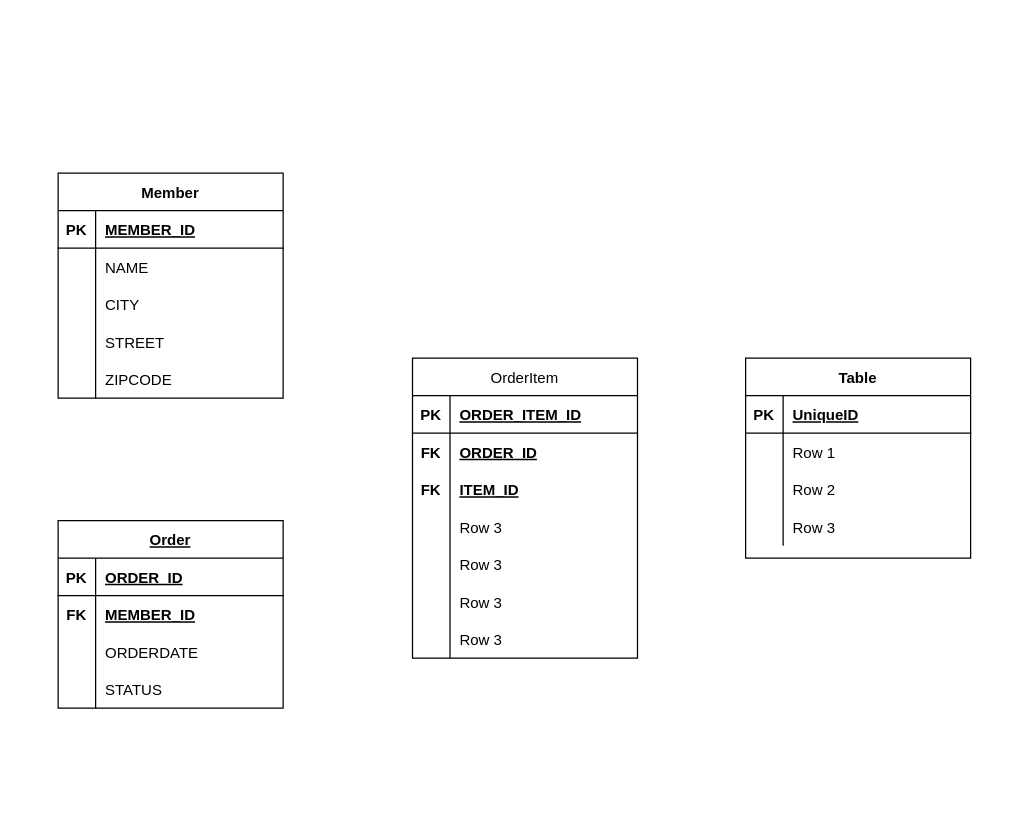
Earlier version of the draw.io diagram Untitled Diagram.drawio (JUNGJUNILL/Draw.io). Source tidied: cells renumbered, new cells numbered last; positions are measured from the earlier drawing's top-left corner, leaving out a move shared by most shapes. Both pictures are drawn from the tidied source at 125%, with x=0, y=0 at pixel (58, 172).
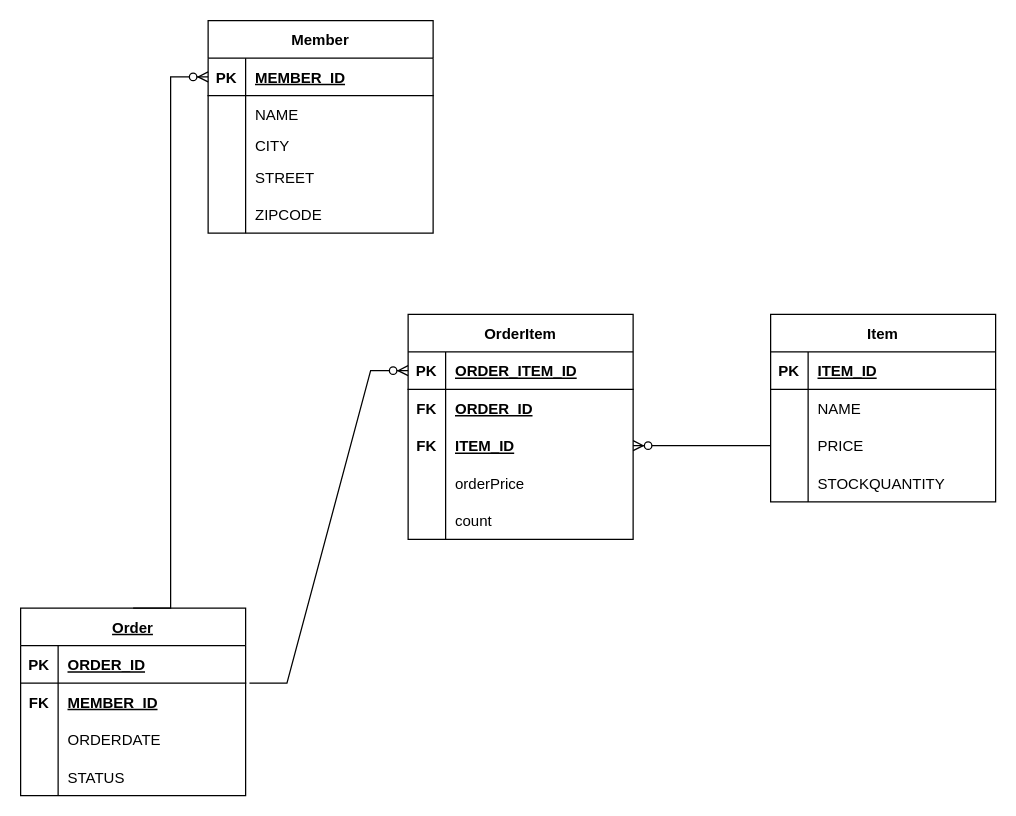
The same diagram, later.

The change refers to these unchanged cells:
```xml
<mxCell id="3" style="shape=tableRow;horizontal=0;startSize=0;swimlaneHead=0;swimlaneBody=0;fillColor=none;points=[[0,0.5],[1,0.5]];portConstraint=eastwest;top=0;left=0;right=0;bottom=1;" parent="2" vertex="1">
  <mxGeometry y="30" width="180" height="30" as="geometry" />
</mxCell>
<mxCell id="19" style="shape=tableRow;horizontal=0;startSize=0;swimlaneHead=0;swimlaneBody=0;fillColor=none;points=[[0,0.5],[1,0.5]];portConstraint=eastwest;top=0;left=0;right=0;bottom=1;" parent="18" vertex="1">
  <mxGeometry y="30" width="180" height="30" as="geometry" />
</mxCell>
<mxCell id="32" style="shape=tableRow;horizontal=0;startSize=0;swimlaneHead=0;swimlaneBody=0;fillColor=none;points=[[0,0.5],[1,0.5]];portConstraint=eastwest;top=0;left=0;right=0;bottom=1;" parent="31" vertex="1">
  <mxGeometry y="30" width="180" height="30" as="geometry" />
</mxCell>
<mxCell id="38" style="shape=tableRow;horizontal=0;startSize=0;swimlaneHead=0;swimlaneBody=0;fillColor=none;points=[[0,0.5],[1,0.5]];portConstraint=eastwest;top=0;left=0;right=0;bottom=0;" parent="31" vertex="1">
  <mxGeometry y="90" width="180" height="30" as="geometry" />
</mxCell>
<mxCell id="41" style="shape=tableRow;horizontal=0;startSize=0;swimlaneHead=0;swimlaneBody=0;fillColor=none;top=0;left=0;right=0;bottom=0;" parent="31" vertex="1">
  <mxGeometry y="120" width="180" height="30" as="geometry" />
</mxCell>
<mxCell id="44" style="shape=tableRow;horizontal=0;startSize=0;swimlaneHead=0;swimlaneBody=0;fillColor=none;top=0;left=0;right=0;bottom=0;" parent="31" vertex="1">
  <mxGeometry y="150" width="180" height="30" as="geometry" />
</mxCell>
<mxCell id="54" style="shape=tableRow;horizontal=0;startSize=0;swimlaneHead=0;swimlaneBody=0;fillColor=none;top=0;left=0;right=0;bottom=1;" parent="53" vertex="1">
  <mxGeometry y="30" width="180" height="30" as="geometry" />
</mxCell>
<mxCell id="57" style="shape=tableRow;horizontal=0;startSize=0;swimlaneHead=0;swimlaneBody=0;fillColor=none;top=0;left=0;right=0;bottom=0;" parent="53" vertex="1">
  <mxGeometry y="60" width="180" height="30" as="geometry" />
</mxCell>
<mxCell id="60" style="shape=tableRow;horizontal=0;startSize=0;swimlaneHead=0;swimlaneBody=0;fillColor=none;points=[[0,0.5],[1,0.5]];portConstraint=eastwest;top=0;left=0;right=0;bottom=0;" parent="53" vertex="1">
  <mxGeometry y="90" width="180" height="30" as="geometry" />
</mxCell>
<mxCell id="63" style="shape=tableRow;horizontal=0;startSize=0;swimlaneHead=0;swimlaneBody=0;fillColor=none;top=0;left=0;right=0;bottom=0;" parent="53" vertex="1">
  <mxGeometry y="120" width="180" height="30" as="geometry" />
</mxCell>
```

Diff of the diagram source:
```diff
@@
     <mxCell id="2" value="Member" style="shape=table;startSize=30;childLayout=tableLayout;rowLines=0;fontStyle=1;align=center;" parent="1" vertex="1">
-      <mxGeometry width="180" height="180" as="geometry" />
+      <mxGeometry x="120" y="-122" width="180" height="170" as="geometry" />
     </mxCell>
@@
     <mxCell id="9" style="shape=tableRow;horizontal=0;startSize=0;swimlaneHead=0;swimlaneBody=0;fillColor=none;top=0;left=0;right=0;bottom=0;" parent="2" vertex="1">
-      <mxGeometry y="90" width="180" height="30" as="geometry" />
+      <mxGeometry y="90" width="180" height="20" as="geometry" />
     </mxCell>
     <mxCell id="10" style="shape=partialRectangle;fillColor=none;top=0;left=0;bottom=0;right=0;overflow=hidden;" parent="9" vertex="1">
-      <mxGeometry width="30" height="30" as="geometry" />
+      <mxGeometry width="30" height="20" as="geometry" />
     </mxCell>
     <mxCell id="11" value="CITY" style="shape=partialRectangle;fillColor=none;top=0;left=0;bottom=0;right=0;align=left;spacingLeft=6;overflow=hidden;" parent="9" vertex="1">
-      <mxGeometry x="30" width="150" height="30" as="geometry" />
+      <mxGeometry x="30" width="150" height="20" as="geometry" />
     </mxCell>
     <mxCell id="12" style="shape=tableRow;horizontal=0;startSize=0;swimlaneHead=0;swimlaneBody=0;fillColor=none;top=0;left=0;right=0;bottom=0;" parent="2" vertex="1">
-      <mxGeometry y="120" width="180" height="30" as="geometry" />
+      <mxGeometry y="110" width="180" height="30" as="geometry" />
     </mxCell>
@@
     <mxCell id="15" style="shape=tableRow;horizontal=0;startSize=0;swimlaneHead=0;swimlaneBody=0;fillColor=none;top=0;left=0;right=0;bottom=0;" parent="2" vertex="1">
-      <mxGeometry y="150" width="180" height="30" as="geometry" />
+      <mxGeometry y="140" width="180" height="30" as="geometry" />
     </mxCell>
@@
     <mxCell id="18" value="Order" style="shape=table;startSize=30;childLayout=tableLayout;rowLines=0;fontStyle=5;align=center;" parent="1" vertex="1">
-      <mxGeometry y="278" width="180" height="150" as="geometry" />
+      <mxGeometry x="-30" y="348" width="180" height="150" as="geometry" />
     </mxCell>
@@
-    <mxCell id="31" value="OrderItem" style="shape=table;startSize=30;childLayout=tableLayout;rowLines=0;fontStyle=0;align=center;" parent="1" vertex="1">
-      <mxGeometry x="283.5" y="148" width="180" height="240" as="geometry" />
+    <mxCell id="31" value="OrderItem" style="shape=table;startSize=30;childLayout=tableLayout;rowLines=0;fontStyle=1;align=center;" parent="1" vertex="1">
+      <mxGeometry x="280" y="113" width="180" height="180" as="geometry" />
     </mxCell>
@@
-    <mxCell id="43" value="Row 3" style="shape=partialRectangle;fillColor=none;top=0;left=0;bottom=0;right=0;align=left;spacingLeft=6;overflow=hidden;" parent="41" vertex="1">
+    <mxCell id="43" value="orderPrice" style="shape=partialRectangle;fillColor=none;top=0;left=0;bottom=0;right=0;align=left;spacingLeft=6;overflow=hidden;" parent="41" vertex="1">
       <mxGeometry x="30" width="150" height="30" as="geometry" />
     </mxCell>
@@
-    <mxCell id="46" value="Row 3" style="shape=partialRectangle;fillColor=none;top=0;left=0;bottom=0;right=0;align=left;spacingLeft=6;overflow=hidden;" parent="44" vertex="1">
+    <mxCell id="46" value="count" style="shape=partialRectangle;fillColor=none;top=0;left=0;bottom=0;right=0;align=left;spacingLeft=6;overflow=hidden;" parent="44" vertex="1">
       <mxGeometry x="30" width="150" height="30" as="geometry" />
     </mxCell>
-    <mxCell id="47" style="shape=tableRow;horizontal=0;startSize=0;swimlaneHead=0;swimlaneBody=0;fillColor=none;top=0;left=0;right=0;bottom=0;" parent="31" vertex="1">
-      <mxGeometry y="180" width="180" height="30" as="geometry" />
-    </mxCell>
-    <mxCell id="48" style="shape=partialRectangle;fillColor=none;top=0;left=0;bottom=0;right=0;overflow=hidden;" parent="47" vertex="1">
-      <mxGeometry width="30" height="30" as="geometry" />
-    </mxCell>
-    <mxCell id="49" value="Row 3" style="shape=partialRectangle;fillColor=none;top=0;left=0;bottom=0;right=0;align=left;spacingLeft=6;overflow=hidden;" parent="47" vertex="1">
-      <mxGeometry x="30" width="150" height="30" as="geometry" />
-    </mxCell>
-    <mxCell id="50" style="shape=tableRow;horizontal=0;startSize=0;swimlaneHead=0;swimlaneBody=0;fillColor=none;top=0;left=0;right=0;bottom=0;" parent="31" vertex="1">
-      <mxGeometry y="210" width="180" height="30" as="geometry" />
-    </mxCell>
-    <mxCell id="51" style="shape=partialRectangle;fillColor=none;top=0;left=0;bottom=0;right=0;overflow=hidden;" parent="50" vertex="1">
-      <mxGeometry width="30" height="30" as="geometry" />
-    </mxCell>
-    <mxCell id="52" value="Row 3" style="shape=partialRectangle;fillColor=none;top=0;left=0;bottom=0;right=0;align=left;spacingLeft=6;overflow=hidden;" parent="50" vertex="1">
-      <mxGeometry x="30" width="150" height="30" as="geometry" />
-    </mxCell>
-    <mxCell id="53" value="Table" style="shape=table;startSize=30;childLayout=tableLayout;rowLines=0;fontStyle=1;align=center;" parent="1" vertex="1">
-      <mxGeometry x="550" y="148" width="180" height="160" as="geometry" />
+    <mxCell id="53" value="Item" style="shape=table;startSize=30;childLayout=tableLayout;rowLines=0;fontStyle=1;align=center;" parent="1" vertex="1">
+      <mxGeometry x="570" y="113" width="180" height="150" as="geometry" />
     </mxCell>
@@
-    <mxCell id="56" value="UniqueID" style="shape=partialRectangle;fillColor=none;top=0;left=0;bottom=0;right=0;align=left;spacingLeft=6;fontStyle=5;overflow=hidden;" parent="54" vertex="1">
+    <mxCell id="56" value="ITEM_ID" style="shape=partialRectangle;fillColor=none;top=0;left=0;bottom=0;right=0;align=left;spacingLeft=6;fontStyle=5;overflow=hidden;" parent="54" vertex="1">
       <mxGeometry x="30" width="150" height="30" as="geometry" />
     </mxCell>
@@
-    <mxCell id="59" value="Row 1" style="shape=partialRectangle;fillColor=none;top=0;left=0;bottom=0;right=0;align=left;spacingLeft=6;overflow=hidden;" parent="57" vertex="1">
+    <mxCell id="59" value="NAME" style="shape=partialRectangle;fillColor=none;top=0;left=0;bottom=0;right=0;align=left;spacingLeft=6;overflow=hidden;" parent="57" vertex="1">
       <mxGeometry x="30" width="150" height="30" as="geometry" />
     </mxCell>
@@
-    <mxCell id="62" value="Row 2" style="shape=partialRectangle;fillColor=none;top=0;left=0;bottom=0;right=0;align=left;spacingLeft=6;overflow=hidden;" parent="60" vertex="1">
+    <mxCell id="62" value="PRICE" style="shape=partialRectangle;fillColor=none;top=0;left=0;bottom=0;right=0;align=left;spacingLeft=6;overflow=hidden;" parent="60" vertex="1">
       <mxGeometry x="30" width="150" height="30" as="geometry" />
     </mxCell>
@@
-    <mxCell id="65" value="Row 3" style="shape=partialRectangle;fillColor=none;top=0;left=0;bottom=0;right=0;align=left;spacingLeft=6;overflow=hidden;" parent="63" vertex="1">
+    <mxCell id="65" value="STOCKQUANTITY" style="shape=partialRectangle;fillColor=none;top=0;left=0;bottom=0;right=0;align=left;spacingLeft=6;overflow=hidden;" parent="63" vertex="1">
       <mxGeometry x="30" width="150" height="30" as="geometry" />
     </mxCell>
+    <mxCell id="66" style="edgeStyle=entityRelationEdgeStyle;fontSize=12;html=1;endArrow=ERzeroToMany;endFill=1;rounded=0;exitX=0;exitY=0.5;exitDx=0;exitDy=0;" parent="1" edge="1" source="60" target="38">
+      <mxGeometry relative="1" as="geometry" />
+    </mxCell>
+    <mxCell id="67" style="edgeStyle=entityRelationEdgeStyle;fontSize=12;html=1;endArrow=ERzeroToMany;endFill=1;rounded=0;exitX=1.017;exitY=1;exitDx=0;exitDy=0;exitPerimeter=0;entryX=0;entryY=0.5;entryDx=0;entryDy=0;" parent="1" edge="1" source="19" target="32">
+      <mxGeometry relative="1" as="geometry" />
+    </mxCell>
+    <mxCell id="68" style="edgeStyle=entityRelationEdgeStyle;fontSize=12;html=1;endArrow=ERzeroToMany;endFill=1;rounded=0;exitX=0.5;exitY=0;exitDx=0;exitDy=0;entryX=0;entryY=0.5;entryDx=0;entryDy=0;" parent="1" edge="1" source="18" target="3">
+      <mxGeometry relative="1" as="geometry" />
+    </mxCell>
```
